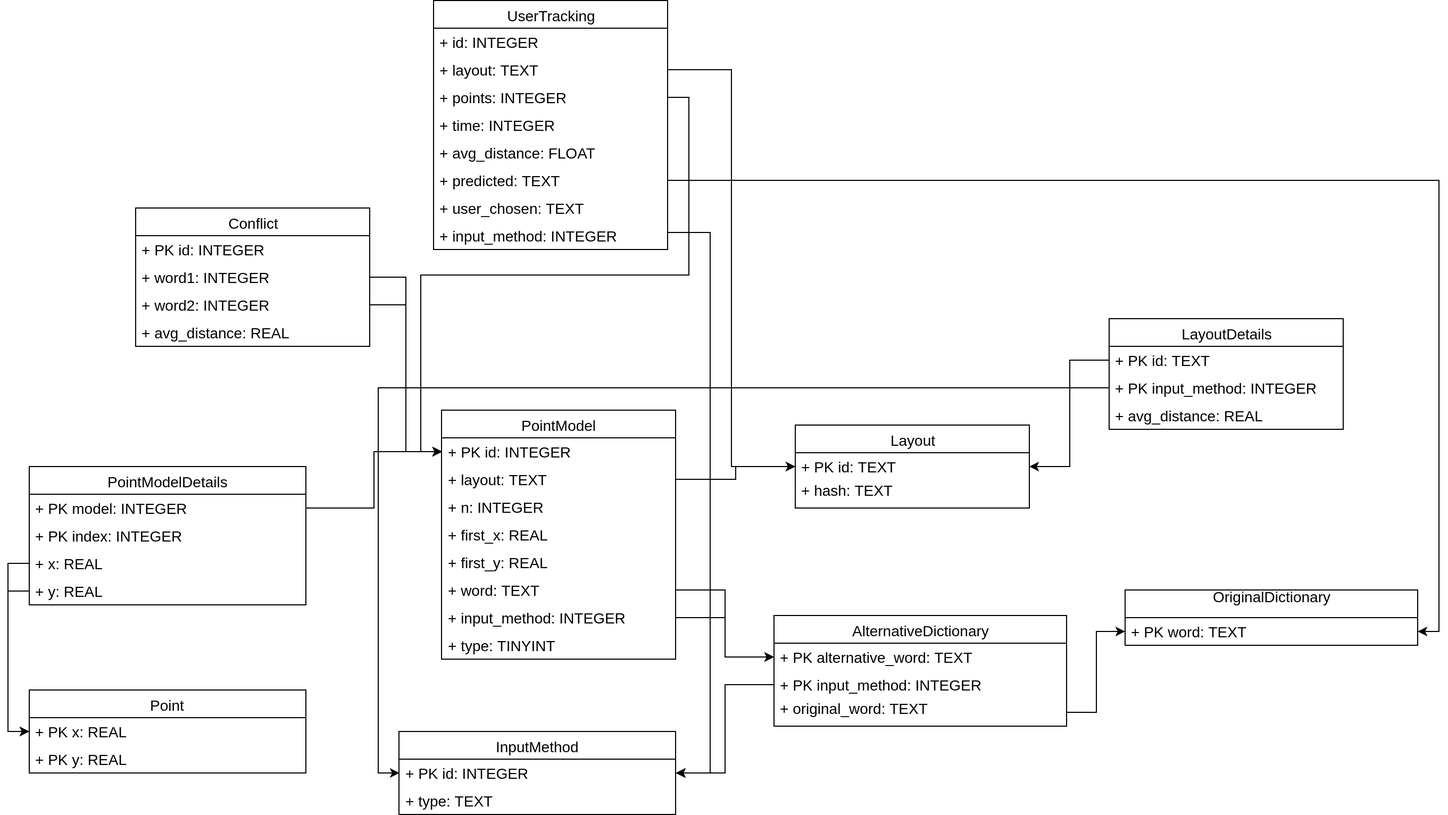
This is serverDB.png from tienlocbui1110/Kele, a draw.io export, as it was before one commit. Source tidied: cells renumbered, new cells last; positions are measured from the earlier drawing's top-left corner, leaving out a move shared by most shapes.
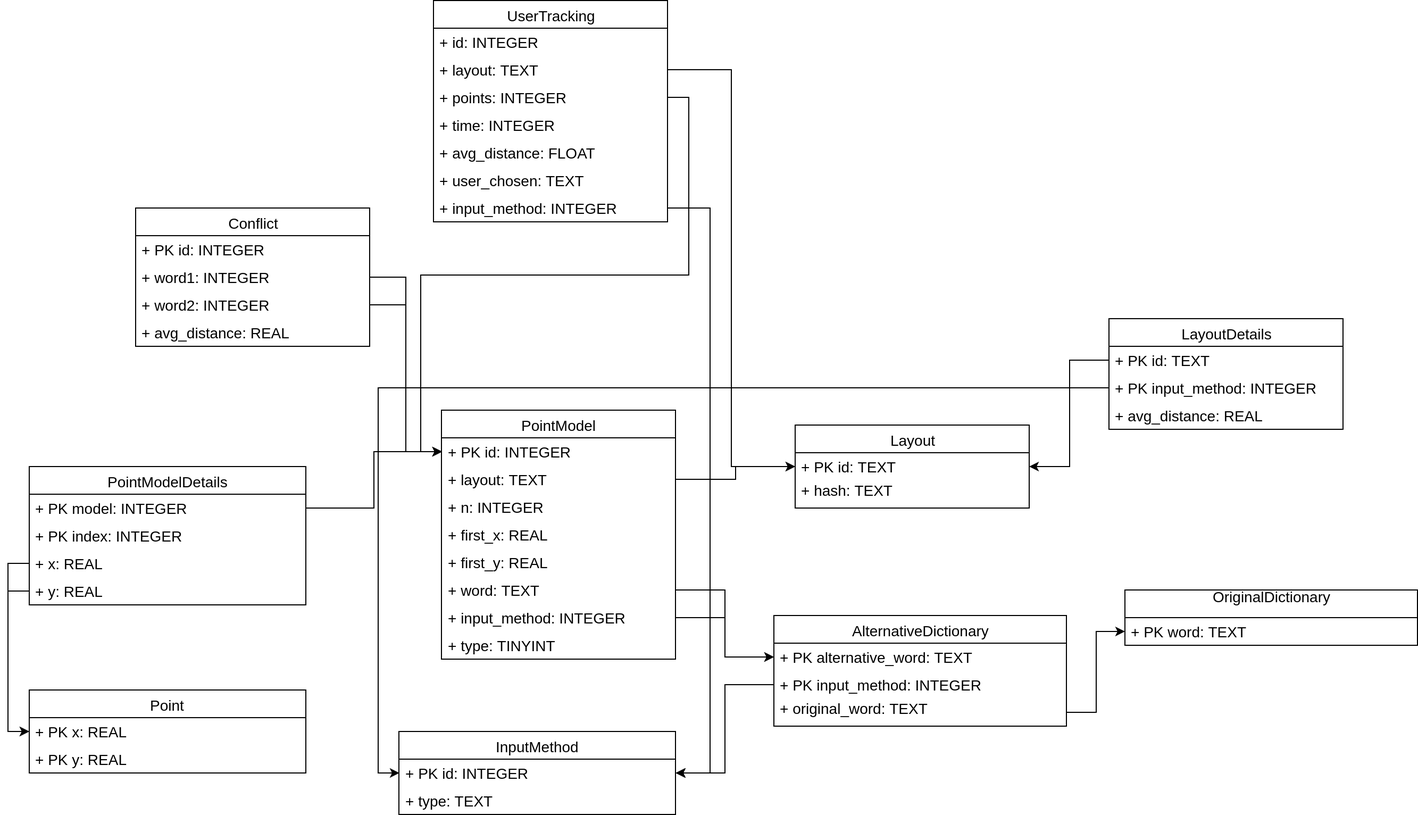
The same file after the commit.

Commit message:
Fix server issues

What changed in the source:
```diff
@@ -114,7 +114,7 @@
       <mxGeometry relative="1" as="geometry" />
     </mxCell>
     <mxCell id="39" value="UserTracking&lt;br&gt;" style="swimlane;fontStyle=0;horizontal=1;startSize=26;fillColor=none;fontSize=14;verticalAlign=middle;align=center;swimlaneLine=1;whiteSpace=wrap;html=1;" parent="1" vertex="1">
-      <mxGeometry x="380" width="220" height="234" as="geometry" />
+      <mxGeometry x="380" width="220" height="208" as="geometry" />
     </mxCell>
     <mxCell id="40" value="+ id: INTEGER&lt;br&gt;" style="text;strokeColor=none;fillColor=none;align=left;verticalAlign=middle;spacingLeft=4;spacingRight=4;overflow=hidden;fontSize=14;html=1;" parent="39" vertex="1">
       <mxGeometry y="26" width="220" height="26" as="geometry" />
@@ -131,14 +131,11 @@
     <mxCell id="44" value="+ avg_distance: FLOAT&lt;br&gt;" style="text;strokeColor=none;fillColor=none;align=left;verticalAlign=middle;spacingLeft=4;spacingRight=4;overflow=hidden;fontSize=14;html=1;" parent="39" vertex="1">
       <mxGeometry y="130" width="220" height="26" as="geometry" />
     </mxCell>
-    <mxCell id="45" value="+ predicted: TEXT&lt;br&gt;" style="text;strokeColor=none;fillColor=none;align=left;verticalAlign=middle;spacingLeft=4;spacingRight=4;overflow=hidden;points=[[0,0.5],[1,0.5]];portConstraint=eastwest;fontSize=14;html=1;" parent="39" vertex="1">
-      <mxGeometry y="156" width="220" height="26" as="geometry" />
-    </mxCell>
     <mxCell id="46" value="+ user_chosen: TEXT&lt;br&gt;" style="text;strokeColor=none;fillColor=none;align=left;verticalAlign=middle;spacingLeft=4;spacingRight=4;overflow=hidden;fontSize=14;html=1;" parent="39" vertex="1">
-      <mxGeometry y="182" width="220" height="26" as="geometry" />
+      <mxGeometry y="156" width="220" height="26" as="geometry" />
     </mxCell>
     <mxCell id="47" value="+ input_method: INTEGER&lt;br&gt;" style="text;strokeColor=none;fillColor=none;align=left;verticalAlign=middle;spacingLeft=4;spacingRight=4;overflow=hidden;points=[[0,0.5],[1,0.5]];portConstraint=eastwest;fontSize=14;html=1;" parent="39" vertex="1">
-      <mxGeometry y="208" width="220" height="26" as="geometry" />
+      <mxGeometry y="182" width="220" height="26" as="geometry" />
     </mxCell>
     <mxCell id="48" style="edgeStyle=orthogonalEdgeStyle;rounded=0;jettySize=auto;html=1;entryX=0;entryY=0.5;entryDx=0;entryDy=0;" parent="1" edge="1" source="41" target="3">
       <mxGeometry relative="1" as="geometry" />
@@ -146,9 +143,6 @@
     <mxCell id="49" style="edgeStyle=orthogonalEdgeStyle;rounded=0;jettySize=auto;html=1;entryX=0;entryY=0.5;entryDx=0;entryDy=0;" parent="1" edge="1" source="42" target="11">
       <mxGeometry relative="1" as="geometry" />
     </mxCell>
-    <mxCell id="50" style="edgeStyle=orthogonalEdgeStyle;rounded=0;jettySize=auto;html=1;entryX=1;entryY=0.5;entryDx=0;entryDy=0;" parent="1" edge="1" source="45" target="6">
-      <mxGeometry relative="1" as="geometry" />
-    </mxCell>
     <mxCell id="51" value="Conflict&lt;br&gt;" style="swimlane;fontStyle=0;horizontal=1;startSize=26;fillColor=none;fontSize=14;verticalAlign=middle;align=center;swimlaneLine=1;whiteSpace=wrap;html=1;" parent="1" vertex="1">
       <mxGeometry x="100" y="195" width="220" height="130" as="geometry" />
     </mxCell>
@@ -188,10 +182,10 @@
     <mxCell id="63" style="edgeStyle=orthogonalEdgeStyle;rounded=0;jettySize=auto;html=1;entryX=0;entryY=0.5;entryDx=0;entryDy=0;" parent="1" edge="1" source="60" target="8">
       <mxGeometry relative="1" as="geometry" />
     </mxCell>
-    <mxCell id="64" style="edgeStyle=orthogonalEdgeStyle;rounded=0;jettySize=auto;html=1;" parent="1" edge="1" source="47" target="8">
+    <mxCell id="64" style="edgeStyle=orthogonalEdgeStyle;rounded=0;jettySize=auto;html=1;exitX=1;exitY=0.5;exitDx=0;exitDy=0;" parent="1" edge="1" source="47" target="8">
       <mxGeometry relative="1" as="geometry">
         <Array as="points">
-          <mxPoint x="640" y="218" />
+          <mxPoint x="640" y="195" />
           <mxPoint x="640" y="726" />
         </Array>
       </mxGeometry>
```
